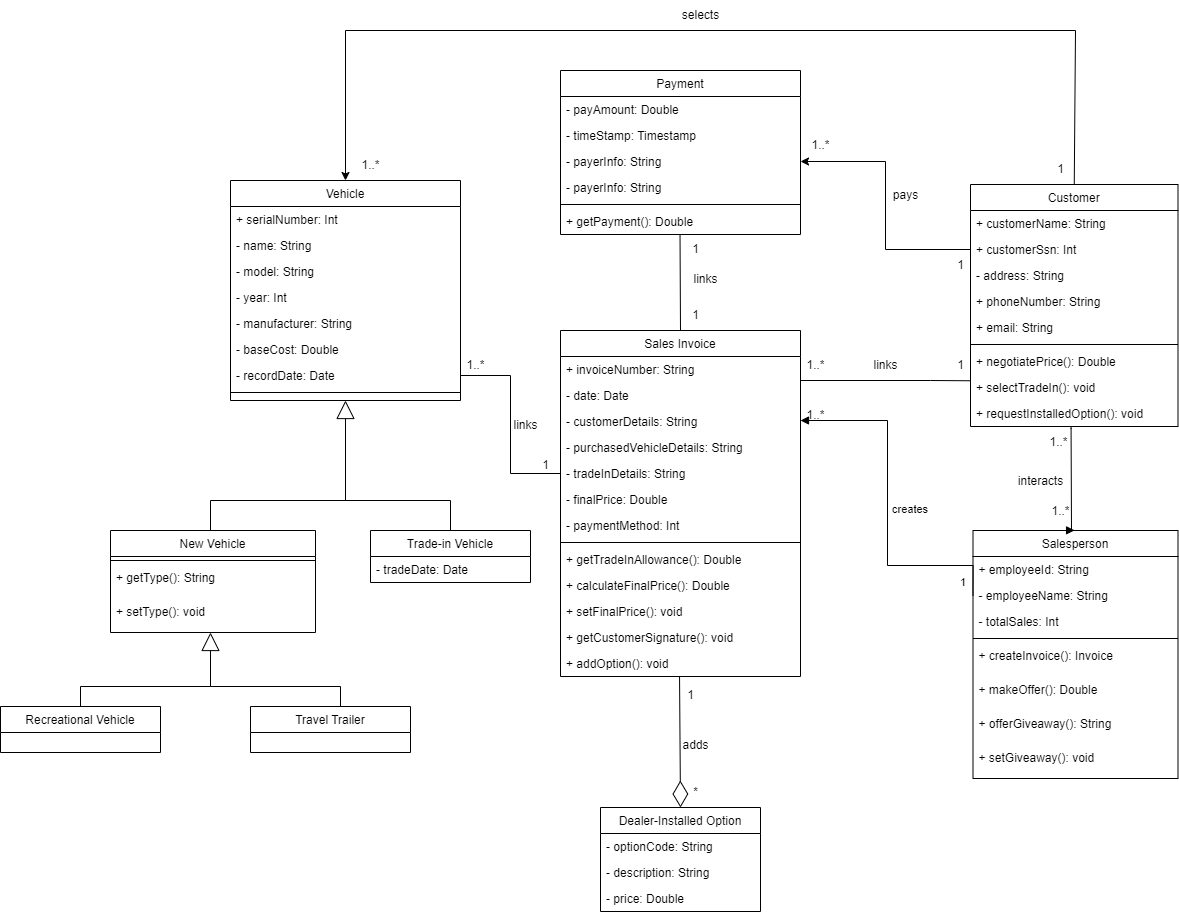
Earlier version of the draw.io export holiday_travel_vehicles.drawio.png (LarryChenCode/IS7020_diagrams). Source tidied: cells renumbered, new cells last; positions are measured from the earlier drawing's top-left corner, leaving out a move shared by most shapes.
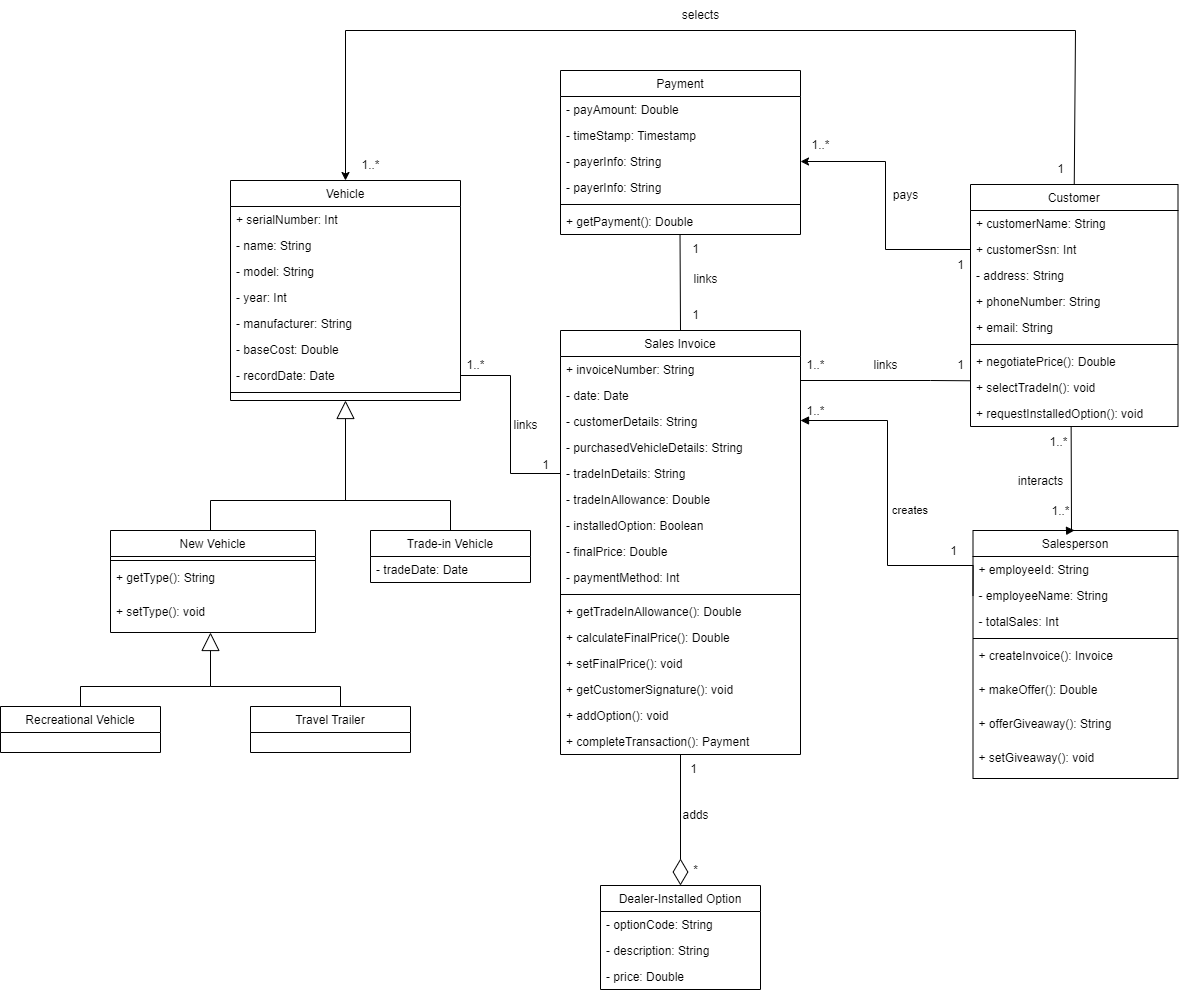
After the change.

Diff of the diagram source:
```diff
@@ -57,7 +57,7 @@
       <mxGeometry y="214" width="205" height="34" as="geometry" />
     </mxCell>
     <mxCell id="20" value="Sales Invoice" style="swimlane;fontStyle=0;align=center;verticalAlign=top;horizontal=1;startSize=26;rounded=0;shadow=0;strokeWidth=1;" parent="1" vertex="1">
-      <mxGeometry x="560" y="330" width="240" height="346" as="geometry" />
+      <mxGeometry x="560" y="330" width="240" height="424" as="geometry" />
     </mxCell>
     <mxCell id="21" value="+ invoiceNumber: String" style="text;align=left;verticalAlign=top;spacingLeft=4;spacingRight=4;overflow=hidden;" parent="20" vertex="1">
       <mxGeometry y="26" width="240" height="26" as="geometry" />
@@ -74,30 +74,39 @@
     <mxCell id="25" value="- tradeInDetails: String" style="text;align=left;verticalAlign=top;spacingLeft=4;spacingRight=4;overflow=hidden;points=[[0,0.5],[1,0.5]];portConstraint=eastwest;" parent="20" vertex="1">
       <mxGeometry y="130" width="240" height="26" as="geometry" />
     </mxCell>
+    <mxCell id="98" value="- tradeInAllowance: Double" style="text;align=left;verticalAlign=top;spacingLeft=4;spacingRight=4;overflow=hidden;" parent="20" vertex="1">
+      <mxGeometry y="156" width="240" height="26" as="geometry" />
+    </mxCell>
+    <mxCell id="99" value="- installedOption: Boolean" style="text;align=left;verticalAlign=top;spacingLeft=4;spacingRight=4;overflow=hidden;" parent="20" vertex="1">
+      <mxGeometry y="182" width="240" height="26" as="geometry" />
+    </mxCell>
     <mxCell id="26" value="- finalPrice: Double" style="text;align=left;verticalAlign=top;spacingLeft=4;spacingRight=4;overflow=hidden;" parent="20" vertex="1">
-      <mxGeometry y="156" width="240" height="26" as="geometry" />
+      <mxGeometry y="208" width="240" height="26" as="geometry" />
     </mxCell>
     <mxCell id="27" value="- paymentMethod: Int" style="text;align=left;verticalAlign=top;spacingLeft=4;spacingRight=4;overflow=hidden;" parent="20" vertex="1">
-      <mxGeometry y="182" width="240" height="26" as="geometry" />
+      <mxGeometry y="234" width="240" height="26" as="geometry" />
     </mxCell>
     <mxCell id="28" style="line;html=1;strokeWidth=1;align=left;verticalAlign=middle;spacingTop=-1;spacingLeft=3;spacingRight=3;labelPosition=right;" parent="20" vertex="1">
-      <mxGeometry y="208" width="240" height="8" as="geometry" />
+      <mxGeometry y="260" width="240" height="8" as="geometry" />
     </mxCell>
     <mxCell id="29" value="+ getTradeInAllowance(): Double" style="text;align=left;verticalAlign=top;spacingLeft=4;spacingRight=4;overflow=hidden;" parent="20" vertex="1">
-      <mxGeometry y="216" width="240" height="26" as="geometry" />
+      <mxGeometry y="268" width="240" height="26" as="geometry" />
     </mxCell>
     <mxCell id="30" value="+ calculateFinalPrice(): Double" style="text;align=left;verticalAlign=top;spacingLeft=4;spacingRight=4;overflow=hidden;" parent="20" vertex="1">
-      <mxGeometry y="242" width="240" height="26" as="geometry" />
+      <mxGeometry y="294" width="240" height="26" as="geometry" />
     </mxCell>
     <mxCell id="31" value="+ setFinalPrice(): void" style="text;align=left;verticalAlign=top;spacingLeft=4;spacingRight=4;overflow=hidden;" parent="20" vertex="1">
-      <mxGeometry y="268" width="240" height="26" as="geometry" />
+      <mxGeometry y="320" width="240" height="26" as="geometry" />
     </mxCell>
     <mxCell id="32" value="+ getCustomerSignature(): void" style="text;align=left;verticalAlign=top;spacingLeft=4;spacingRight=4;overflow=hidden;" parent="20" vertex="1">
-      <mxGeometry y="294" width="240" height="26" as="geometry" />
+      <mxGeometry y="346" width="240" height="26" as="geometry" />
     </mxCell>
     <mxCell id="33" value="+ addOption(): void" style="text;align=left;verticalAlign=top;spacingLeft=4;spacingRight=4;overflow=hidden;points=[[0,0.5],[1,0.5]];portConstraint=eastwest;" parent="20" vertex="1">
-      <mxGeometry y="320" width="240" height="26" as="geometry" />
+      <mxGeometry y="372" width="240" height="26" as="geometry" />
     </mxCell>
+    <mxCell id="100" value="+ completeTransaction(): Payment" style="text;align=left;verticalAlign=top;spacingLeft=4;spacingRight=4;overflow=hidden;" parent="20" vertex="1">
+      <mxGeometry y="398" width="240" height="26" as="geometry" />
+    </mxCell>
     <mxCell id="34" style="edgeStyle=orthogonalEdgeStyle;rounded=0;jettySize=auto;html=1;entryX=0.5;entryY=0;entryDx=0;entryDy=0;exitX=0.5;exitY=0;exitDx=0;exitDy=0;" parent="1" edge="1" source="35" target="2">
       <mxGeometry relative="1" as="geometry">
         <Array as="points">
@@ -137,7 +146,7 @@
       <mxGeometry y="216" width="207.5" height="26" as="geometry" />
     </mxCell>
     <mxCell id="45" value="Dealer-Installed Option" style="swimlane;fontStyle=0;align=center;verticalAlign=top;horizontal=1;startSize=26;rounded=0;shadow=0;strokeWidth=1;" parent="1" vertex="1">
-      <mxGeometry x="600" y="807" width="160" height="104" as="geometry" />
+      <mxGeometry x="600" y="885" width="160" height="104" as="geometry" />
     </mxCell>
     <mxCell id="46" value="- optionCode: String" style="text;align=left;verticalAlign=top;spacingLeft=4;spacingRight=4;overflow=hidden;" parent="45" vertex="1">
       <mxGeometry y="26" width="160" height="26" as="geometry" />
@@ -169,13 +178,8 @@
         </Array>
       </mxGeometry>
     </mxCell>
-    <mxCell id="52" value="1" style="edgeLabel;html=1;align=left;verticalAlign=bottom;" parent="51" vertex="1">
-      <mxGeometry x="-1" relative="1" as="geometry">
-        <mxPoint x="-15" y="-5" as="offset" />
-      </mxGeometry>
-    </mxCell>
     <mxCell id="53" value="1..*" style="text;html=1;align=center;verticalAlign=middle;strokeColor=none;fillColor=none;" parent="1" vertex="1">
-      <mxGeometry x="795" y="400" width="40" height="30" as="geometry" />
+      <mxGeometry x="795" y="396" width="40" height="30" as="geometry" />
     </mxCell>
     <mxCell id="54" style="endArrow=block;endSize=16;endFill=0;html=1;rounded=0;entryX=0.5;entryY=1;entryDx=0;entryDy=0;exitX=0.5;exitY=0;exitDx=0;exitDy=0;edgeStyle=orthogonalEdgeStyle;" parent="1" edge="1" source="55" target="2">
       <mxGeometry relative="1" as="geometry">
@@ -248,20 +252,20 @@
         </Array>
       </mxGeometry>
     </mxCell>
-    <mxCell id="70" style="endArrow=diamondThin;endFill=0;endSize=24;html=1;rounded=0;entryX=0.5;entryY=0;entryDx=0;entryDy=0;exitX=0.496;exitY=1.006;exitDx=0;exitDy=0;exitPerimeter=0;" parent="1" edge="1" source="33" target="45">
+    <mxCell id="70" style="endArrow=diamondThin;endFill=0;endSize=24;html=1;rounded=0;entryX=0.5;entryY=0;entryDx=0;entryDy=0;exitX=0.5;exitY=1;exitDx=0;exitDy=0;" parent="1" edge="1" source="20" target="45">
       <mxGeometry relative="1" as="geometry" />
     </mxCell>
     <mxCell id="71" value="1..*" style="text;html=1;align=center;verticalAlign=middle;strokeColor=none;fillColor=none;" parent="1" vertex="1">
       <mxGeometry x="1038" y="427" width="40" height="30" as="geometry" />
     </mxCell>
     <mxCell id="72" value="1" style="text;html=1;align=center;verticalAlign=middle;strokeColor=none;fillColor=none;" parent="1" vertex="1">
-      <mxGeometry x="675" y="680" width="30" height="30" as="geometry" />
+      <mxGeometry x="678" y="754" width="30" height="30" as="geometry" />
     </mxCell>
     <mxCell id="73" value="*" style="text;html=1;align=center;verticalAlign=middle;strokeColor=none;fillColor=none;" parent="1" vertex="1">
-      <mxGeometry x="680" y="777" width="30" height="30" as="geometry" />
+      <mxGeometry x="680" y="855" width="30" height="30" as="geometry" />
     </mxCell>
     <mxCell id="74" value="adds" style="text;html=1;align=center;verticalAlign=middle;strokeColor=none;fillColor=none;" parent="1" vertex="1">
-      <mxGeometry x="670" y="730" width="50" height="30" as="geometry" />
+      <mxGeometry x="670" y="800" width="50" height="30" as="geometry" />
     </mxCell>
     <mxCell id="75" style="endArrow=none;html=1;edgeStyle=orthogonalEdgeStyle;rounded=0;entryX=0.809;entryY=1.009;entryDx=0;entryDy=0;entryPerimeter=0;" parent="1" edge="1" target="77">
       <mxGeometry relative="1" as="geometry">
@@ -341,5 +345,8 @@
     <mxCell id="97" value="interacts" style="text;html=1;align=center;verticalAlign=middle;strokeColor=none;fillColor=none;" parent="1" vertex="1">
       <mxGeometry x="1005" y="466" width="70" height="30" as="geometry" />
     </mxCell>
+    <mxCell id="52" value="1" style="text;html=1;align=center;verticalAlign=middle;strokeColor=none;fillColor=none;" parent="1" vertex="1">
+      <mxGeometry x="938" y="536" width="30" height="30" as="geometry" />
+    </mxCell>
   </root>
 </mxGraphModel>
```
